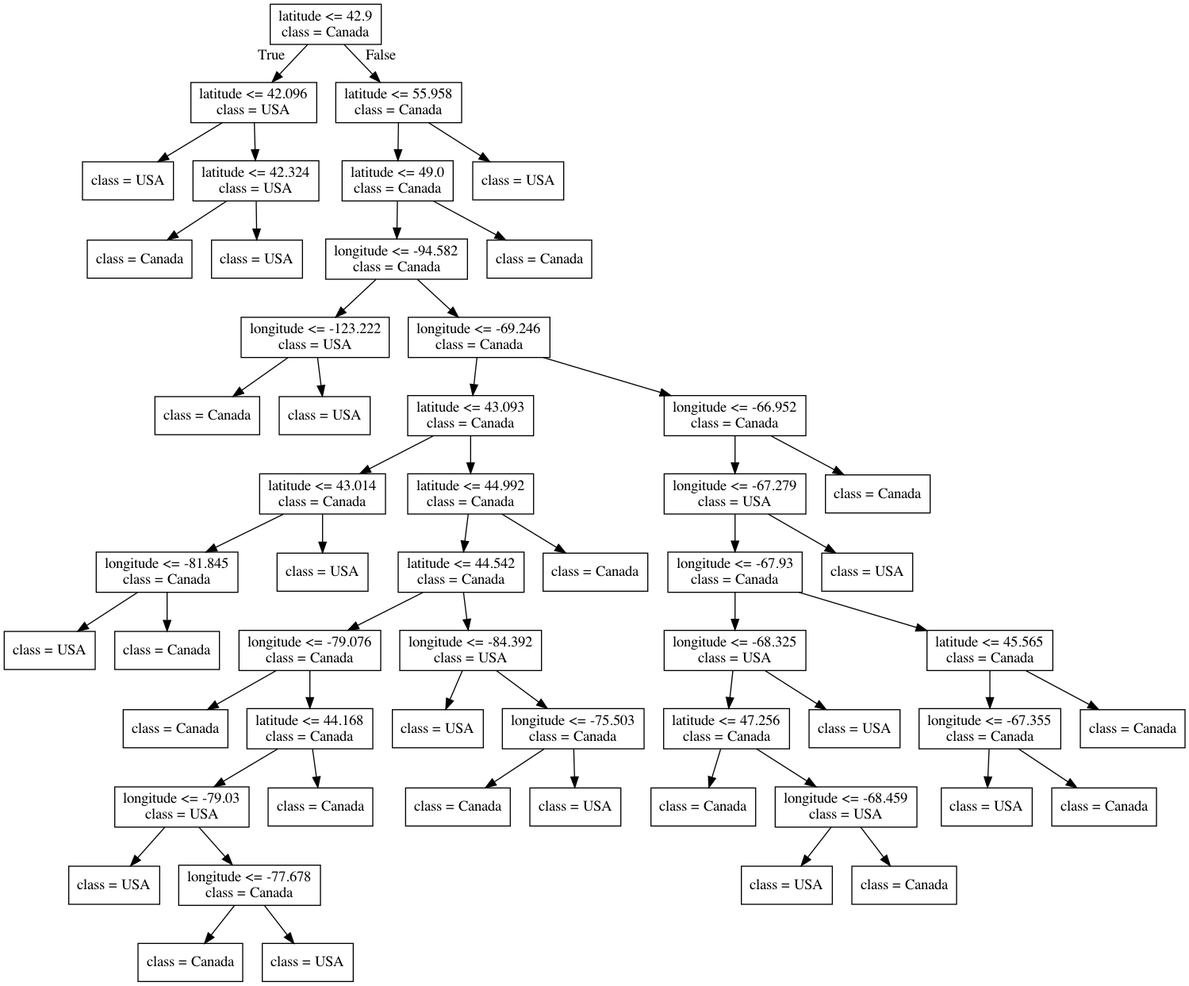
Before: lectures/Source.gv.png, a diagram exported from Graphviz (bait509-ubc/BAIT509). Its source is kept beside it as lectures/Source.gv.
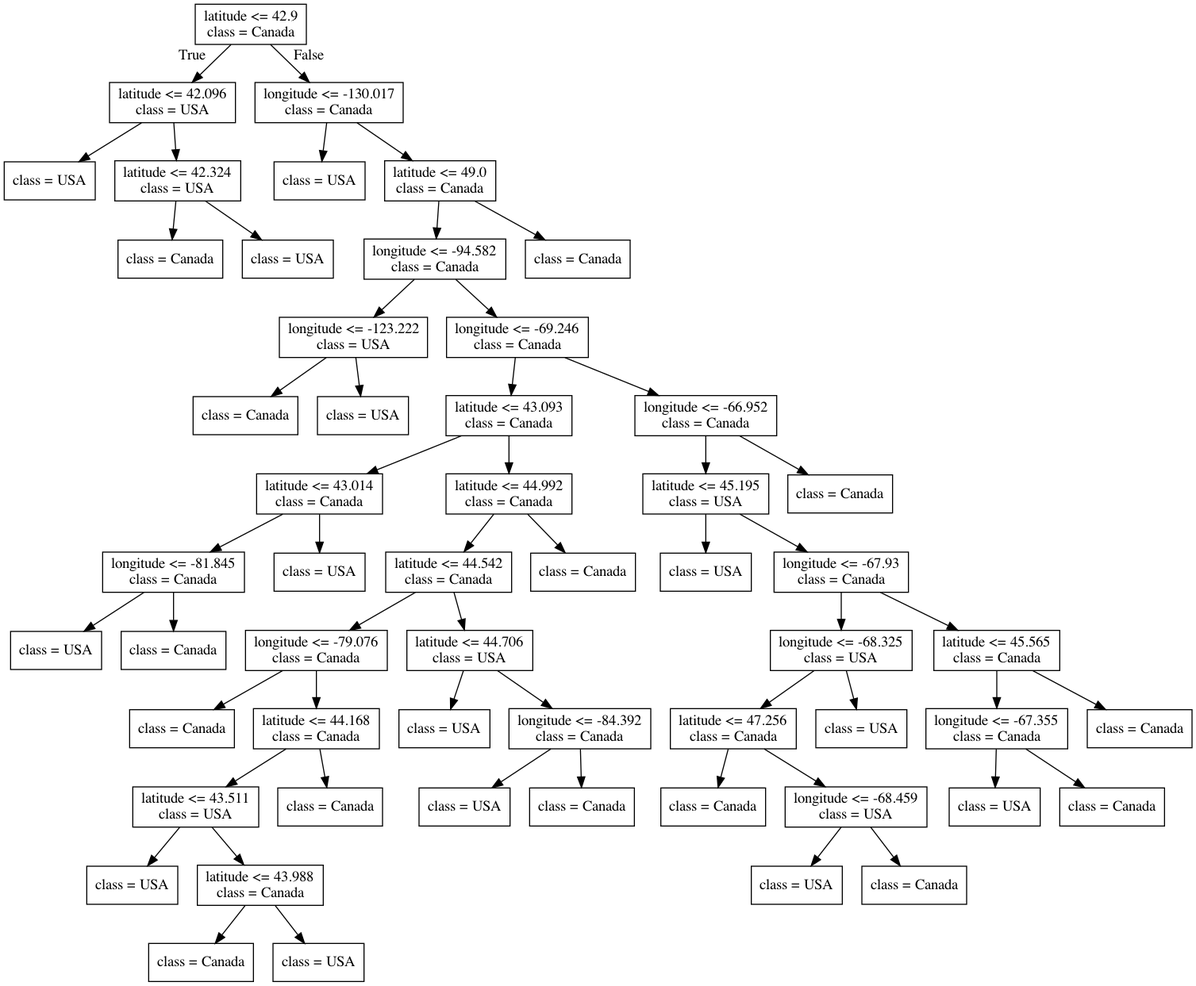
Above is the later version.

Diff of the diagram source:
```diff
@@ -11,102 +11,102 @@
 3 -> 4 ;
 5 [label="class = USA"] ;
 3 -> 5 ;
-6 [label="latitude <= 55.958\nclass = Canada"] ;
+6 [label="longitude <= -130.017\nclass = Canada"] ;
 0 -> 6 [labeldistance=2.5, labelangle=-45, headlabel="False"] ;
-7 [label="latitude <= 49.0\nclass = Canada"] ;
+7 [label="class = USA"] ;
 6 -> 7 ;
-8 [label="longitude <= -94.582\nclass = Canada"] ;
-7 -> 8 ;
-9 [label="longitude <= -123.222\nclass = USA"] ;
+8 [label="latitude <= 49.0\nclass = Canada"] ;
+6 -> 8 ;
+9 [label="longitude <= -94.582\nclass = Canada"] ;
 8 -> 9 ;
-10 [label="class = Canada"] ;
+10 [label="longitude <= -123.222\nclass = USA"] ;
 9 -> 10 ;
-11 [label="class = USA"] ;
-9 -> 11 ;
-12 [label="longitude <= -69.246\nclass = Canada"] ;
-8 -> 12 ;
-13 [label="latitude <= 43.093\nclass = Canada"] ;
-12 -> 13 ;
-14 [label="latitude <= 43.014\nclass = Canada"] ;
+11 [label="class = Canada"] ;
+10 -> 11 ;
+12 [label="class = USA"] ;
+10 -> 12 ;
+13 [label="longitude <= -69.246\nclass = Canada"] ;
+9 -> 13 ;
+14 [label="latitude <= 43.093\nclass = Canada"] ;
 13 -> 14 ;
-15 [label="longitude <= -81.845\nclass = Canada"] ;
+15 [label="latitude <= 43.014\nclass = Canada"] ;
 14 -> 15 ;
-16 [label="class = USA"] ;
+16 [label="longitude <= -81.845\nclass = Canada"] ;
 15 -> 16 ;
-17 [label="class = Canada"] ;
-15 -> 17 ;
-18 [label="class = USA"] ;
-14 -> 18 ;
-19 [label="latitude <= 44.992\nclass = Canada"] ;
-13 -> 19 ;
-20 [label="latitude <= 44.542\nclass = Canada"] ;
-19 -> 20 ;
-21 [label="longitude <= -79.076\nclass = Canada"] ;
+17 [label="class = USA"] ;
+16 -> 17 ;
+18 [label="class = Canada"] ;
+16 -> 18 ;
+19 [label="class = USA"] ;
+15 -> 19 ;
+20 [label="latitude <= 44.992\nclass = Canada"] ;
+14 -> 20 ;
+21 [label="latitude <= 44.542\nclass = Canada"] ;
 20 -> 21 ;
-22 [label="class = Canada"] ;
+22 [label="longitude <= -79.076\nclass = Canada"] ;
 21 -> 22 ;
-23 [label="latitude <= 44.168\nclass = Canada"] ;
-21 -> 23 ;
-24 [label="longitude <= -79.03\nclass = USA"] ;
-23 -> 24 ;
-25 [label="class = USA"] ;
+23 [label="class = Canada"] ;
+22 -> 23 ;
+24 [label="latitude <= 44.168\nclass = Canada"] ;
+22 -> 24 ;
+25 [label="latitude <= 43.511\nclass = USA"] ;
 24 -> 25 ;
-26 [label="longitude <= -77.678\nclass = Canada"] ;
-24 -> 26 ;
-27 [label="class = Canada"] ;
-26 -> 27 ;
-28 [label="class = USA"] ;
-26 -> 28 ;
-29 [label="class = Canada"] ;
-23 -> 29 ;
-30 [label="longitude <= -84.392\nclass = USA"] ;
-20 -> 30 ;
-31 [label="class = USA"] ;
-30 -> 31 ;
-32 [label="longitude <= -75.503\nclass = Canada"] ;
-30 -> 32 ;
-33 [label="class = Canada"] ;
-32 -> 33 ;
+26 [label="class = USA"] ;
+25 -> 26 ;
+27 [label="latitude <= 43.988\nclass = Canada"] ;
+25 -> 27 ;
+28 [label="class = Canada"] ;
+27 -> 28 ;
+29 [label="class = USA"] ;
+27 -> 29 ;
+30 [label="class = Canada"] ;
+24 -> 30 ;
+31 [label="latitude <= 44.706\nclass = USA"] ;
+21 -> 31 ;
+32 [label="class = USA"] ;
+31 -> 32 ;
+33 [label="longitude <= -84.392\nclass = Canada"] ;
+31 -> 33 ;
 34 [label="class = USA"] ;
-32 -> 34 ;
+33 -> 34 ;
 35 [label="class = Canada"] ;
-19 -> 35 ;
-36 [label="longitude <= -66.952\nclass = Canada"] ;
-12 -> 36 ;
-37 [label="longitude <= -67.279\nclass = USA"] ;
-36 -> 37 ;
-38 [label="longitude <= -67.93\nclass = Canada"] ;
+33 -> 35 ;
+36 [label="class = Canada"] ;
+20 -> 36 ;
+37 [label="longitude <= -66.952\nclass = Canada"] ;
+13 -> 37 ;
+38 [label="latitude <= 45.195\nclass = USA"] ;
 37 -> 38 ;
-39 [label="longitude <= -68.325\nclass = USA"] ;
+39 [label="class = USA"] ;
 38 -> 39 ;
-40 [label="latitude <= 47.256\nclass = Canada"] ;
-39 -> 40 ;
-41 [label="class = Canada"] ;
+40 [label="longitude <= -67.93\nclass = Canada"] ;
+38 -> 40 ;
+41 [label="longitude <= -68.325\nclass = USA"] ;
 40 -> 41 ;
-42 [label="longitude <= -68.459\nclass = USA"] ;
-40 -> 42 ;
-43 [label="class = USA"] ;
+42 [label="latitude <= 47.256\nclass = Canada"] ;
+41 -> 42 ;
+43 [label="class = Canada"] ;
 42 -> 43 ;
-44 [label="class = Canada"] ;
+44 [label="longitude <= -68.459\nclass = USA"] ;
 42 -> 44 ;
 45 [label="class = USA"] ;
-39 -> 45 ;
-46 [label="latitude <= 45.565\nclass = Canada"] ;
-38 -> 46 ;
-47 [label="longitude <= -67.355\nclass = Canada"] ;
-46 -> 47 ;
-48 [label="class = USA"] ;
-47 -> 48 ;
-49 [label="class = Canada"] ;
-47 -> 49 ;
-50 [label="class = Canada"] ;
-46 -> 50 ;
-51 [label="class = USA"] ;
-37 -> 51 ;
+44 -> 45 ;
+46 [label="class = Canada"] ;
+44 -> 46 ;
+47 [label="class = USA"] ;
+41 -> 47 ;
+48 [label="latitude <= 45.565\nclass = Canada"] ;
+40 -> 48 ;
+49 [label="longitude <= -67.355\nclass = Canada"] ;
+48 -> 49 ;
+50 [label="class = USA"] ;
+49 -> 50 ;
+51 [label="class = Canada"] ;
+49 -> 51 ;
 52 [label="class = Canada"] ;
-36 -> 52 ;
+48 -> 52 ;
 53 [label="class = Canada"] ;
-7 -> 53 ;
-54 [label="class = USA"] ;
-6 -> 54 ;
+37 -> 53 ;
+54 [label="class = Canada"] ;
+8 -> 54 ;
 }
```
